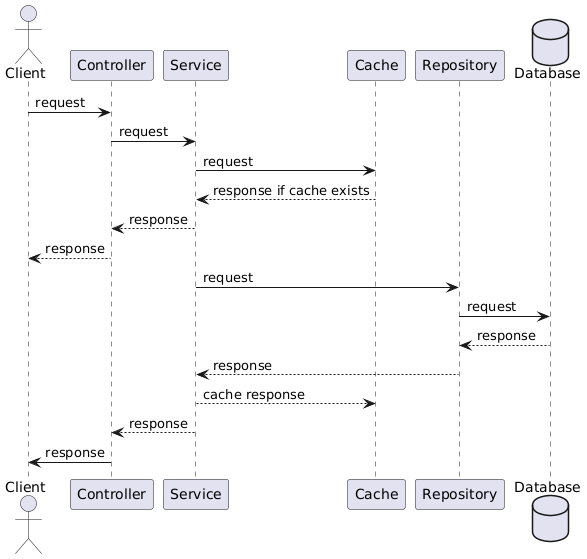
Before: docs/sequence-diagram.png, a diagram exported from PlantUML (zaurbabaev/tasklist). The source it was exported from:
```plantuml
@startuml
actor Client as Client
Client -> Controller : request
Controller -> Service : request
Service -> Cache : request
Cache --> Service : response if cache exists
Service --> Controller : response
Controller --> Client : response
Service -> Repository : request
database Database as Database
Repository -> Database : request
Database --> Repository : response
Repository --> Service : response
Service --> Cache : cache response
Service --> Controller : response
Controller -> Client : response
@enduml
```
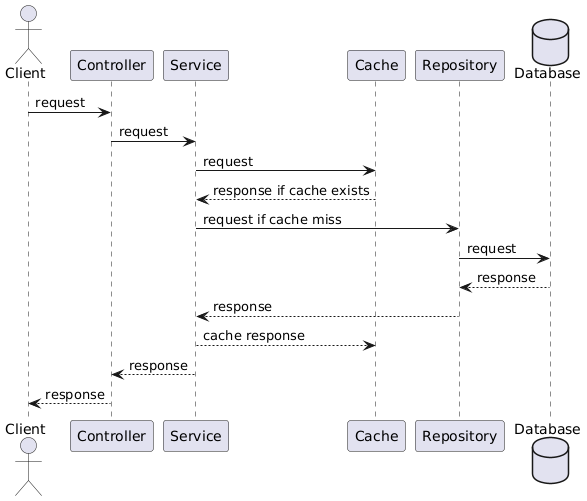
The same diagram one commit later.

What changed in the source:
```diff
@@ -4,14 +4,12 @@
 Controller -> Service : request
 Service -> Cache : request
 Cache --> Service : response if cache exists
-Service --> Controller : response
-Controller --> Client : response
-Service -> Repository : request
+Service -> Repository : request if cache miss
 database Database as Database
 Repository -> Database : request
 Database --> Repository : response
 Repository --> Service : response
 Service --> Cache : cache response
 Service --> Controller : response
-Controller -> Client : response
+Controller --> Client : response
 @enduml
```
